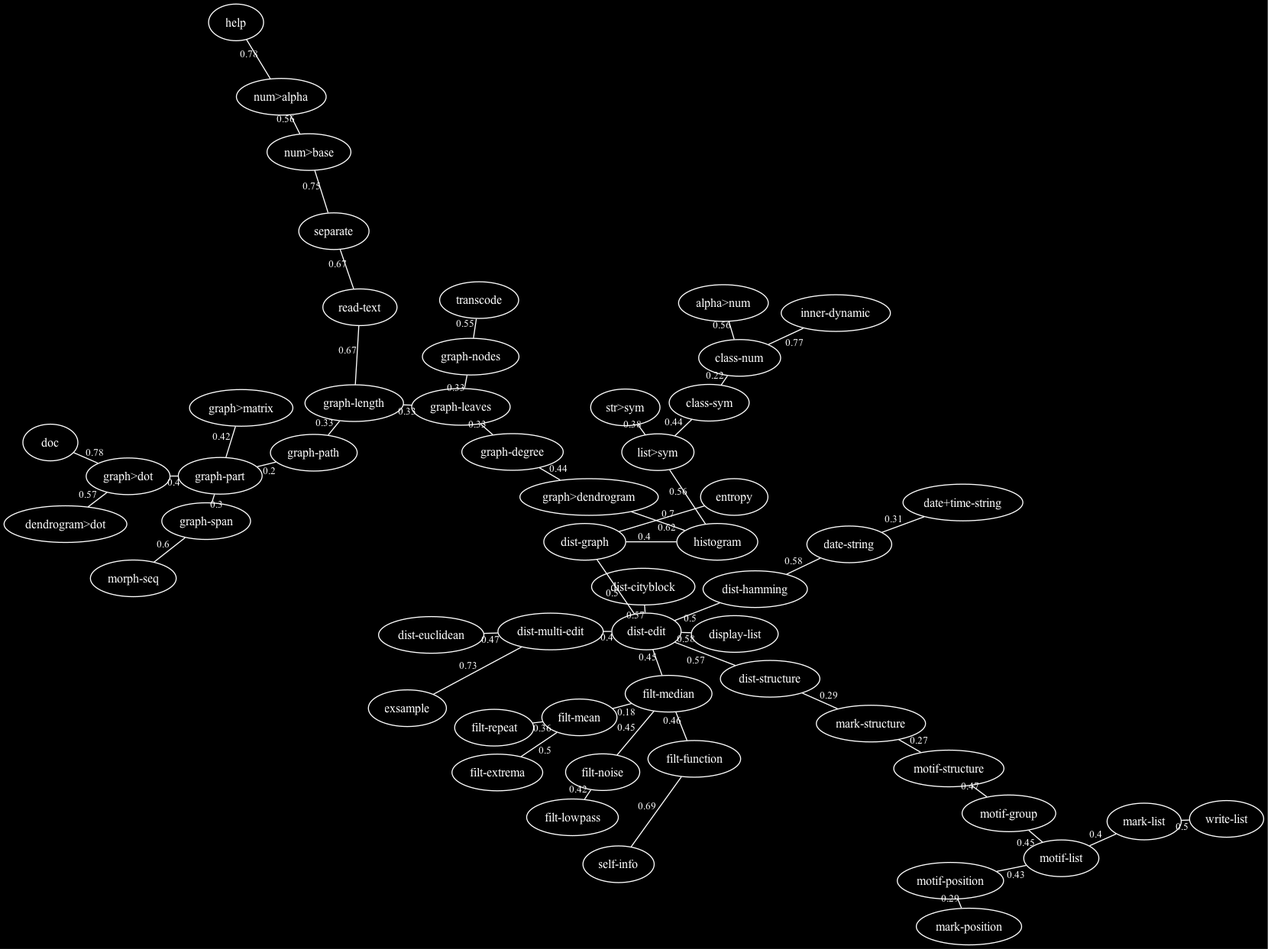
FredVoisin/refrains keeps this Graphviz diagram as doc/pictures/refrains-names.png. Above is the earlier version. Its source is kept beside it as doc/pictures/refrains-names.dot.
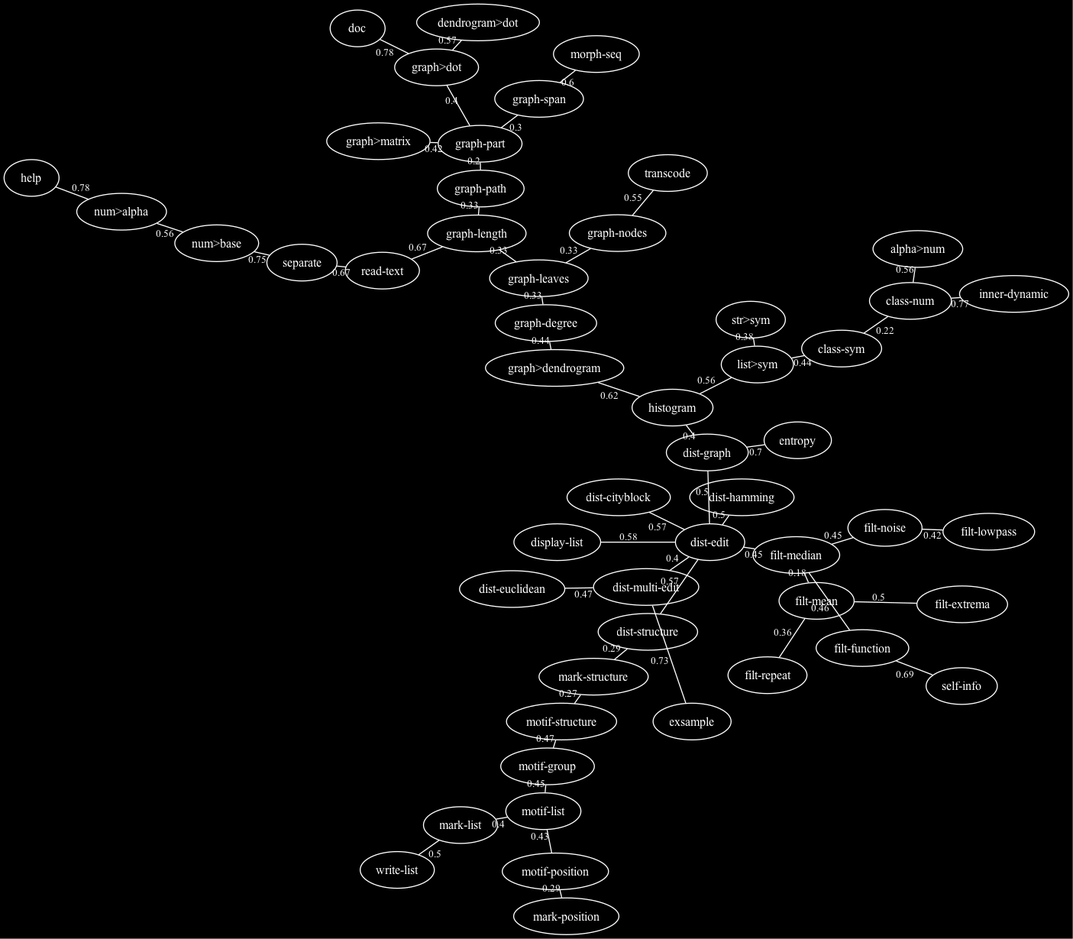
The same diagram one commit later.

What changed in the source:
```diff
@@ -1,5 +1,5 @@
 graph "refrains-names" {
-/* generated with refrains:graph>dot 2026 october twenty-fourth at 19h47 */
+/* generated with refrains:graph>dot, 24 Oct 2026 19:56:39 */
  graph [overlap="false", sep="+4"];
  graph [bgcolor=black];
  node [shape="ellipse", font=Helvetica, fontsize=12, color=white, fontcolor=white];
@@ -11,7 +11,6 @@
  "dist-structure" -- "mark-structure" [w=1, len=0.290000, label="0.29"];
  "mark-position" -- "motif-position" [w=1, len=0.290000, label="0.29"];
  "graph-part" -- "graph-span" [w=1, len=0.300000, label="0.3"];
- "date+time-string" -- "date-string" [w=1, len=0.310000, label="0.31"];
  "graph-degree" -- "graph-leaves" [w=1, len=0.330000, label="0.33"];
  "graph-leaves" -- "graph-length" [w=1, len=0.330000, label="0.33"];
  "graph-leaves" -- "graph-nodes" [w=1, len=0.330000, label="0.33"];
@@ -44,7 +43,6 @@
  "dendrogram>dot" -- "graph>dot" [w=1, len=0.570000, label="0.57"];
  "dist-cityblock" -- "dist-edit" [w=1, len=0.570000, label="0.57"];
  "dist-edit" -- "dist-structure" [w=1, len=0.570000, label="0.57"];
- "date-string" -- "dist-hamming" [w=1, len=0.580000, label="0.58"];
  "display-list" -- "dist-edit" [w=1, len=0.580000, label="0.58"];
  "graph-span" -- "morph-seq" [w=1, len=0.600000, label="0.6"];
  "graph>dendrogram" -- "histogram" [w=1, len=0.620000, label="0.62"];
```
